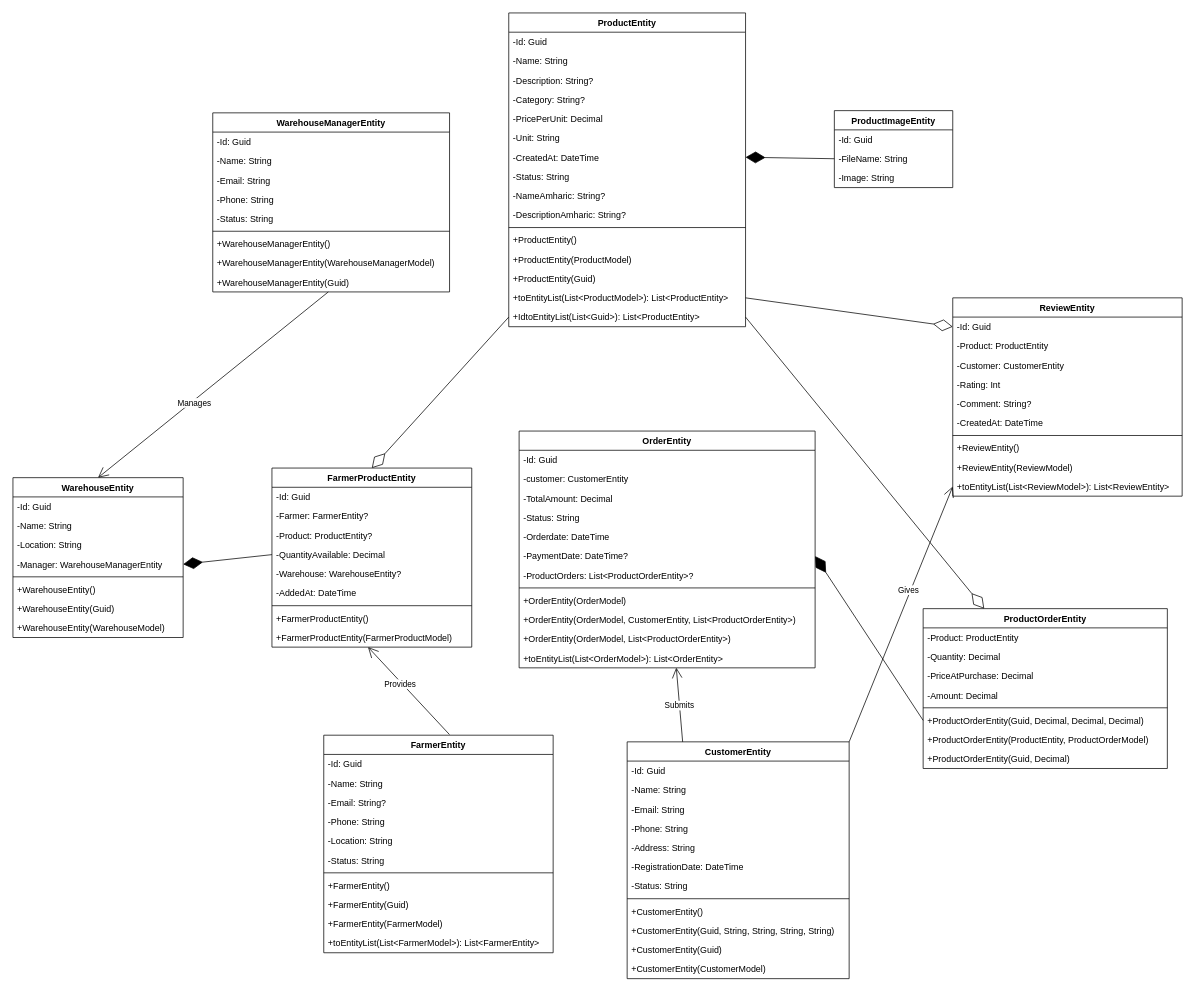
abiyBz/DirectFarm keeps this draw.io diagram as Class Diagram.drawio. Above is the earlier version. Source tidied: cells renumbered, new cells numbered last; positions are measured from the earlier drawing's top-left corner, leaving out a move shared by most shapes. Both pictures are drawn from the tidied source at 74%, with x=0, y=0 at pixel (13, 13).
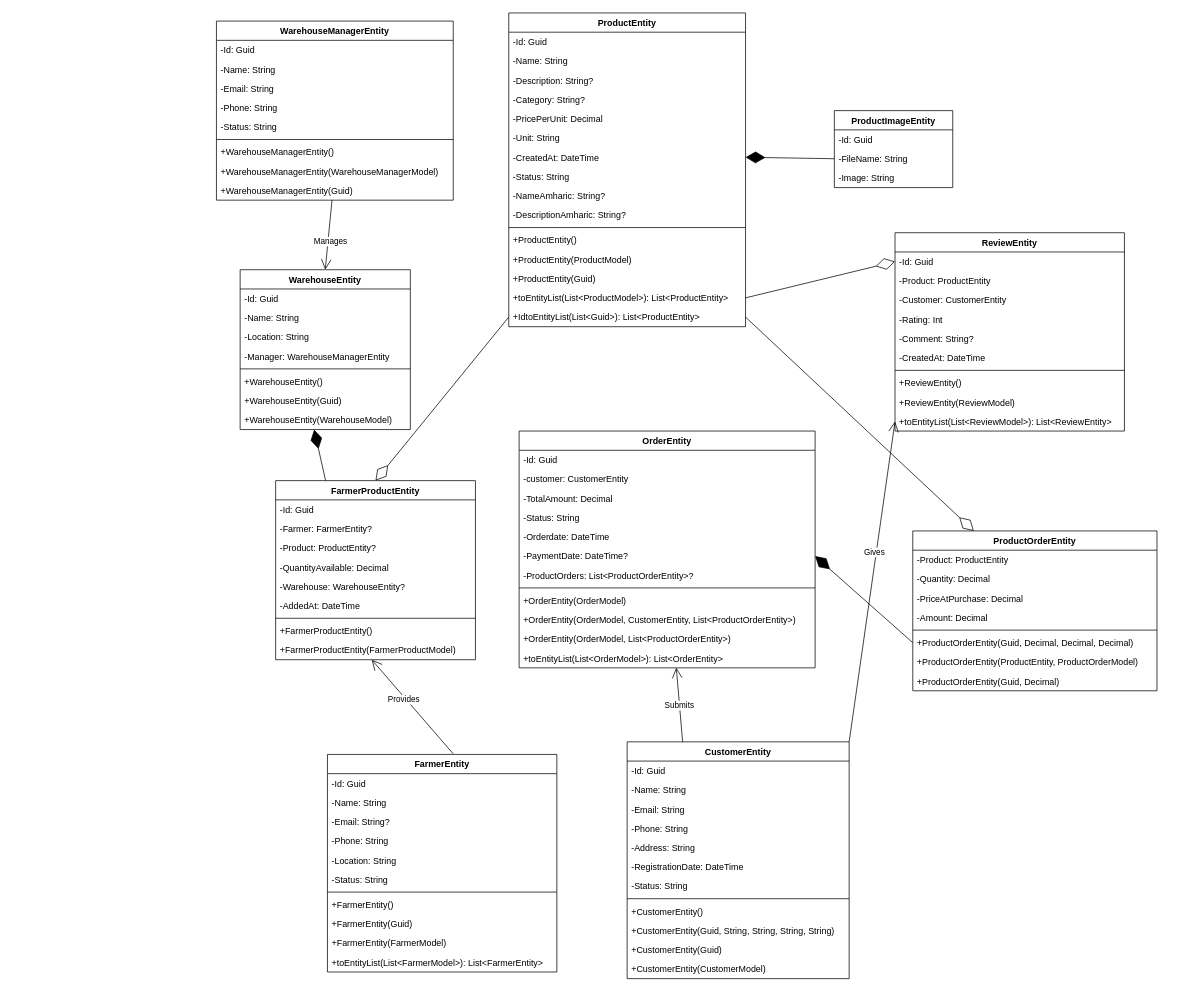
The same page after the edit.

Unchanged cells that the change refers to:
```xml
<mxCell id="31" value="-QuantityAvailable: Decimal" style="text;strokeColor=none;fillColor=none;align=left;verticalAlign=top;spacingLeft=4;spacingRight=4;overflow=hidden;points=[[0,0.5],[1,0.5]];portConstraint=eastwest;" parent="27" vertex="1">
  <mxGeometry y="104" width="270" height="26" as="geometry" />
</mxCell>
<mxCell id="95" value="-Manager: WarehouseManagerEntity" style="text;strokeColor=none;fillColor=none;align=left;verticalAlign=top;spacingLeft=4;spacingRight=4;overflow=hidden;points=[[0,0.5],[1,0.5]];portConstraint=eastwest;" parent="91" vertex="1">
  <mxGeometry y="104" width="230" height="26" as="geometry" />
</mxCell>
<mxCell id="99" value="+WarehouseEntity(WarehouseModel)" style="text;strokeColor=none;fillColor=none;align=left;verticalAlign=top;spacingLeft=4;spacingRight=4;overflow=hidden;points=[[0,0.5],[1,0.5]];portConstraint=eastwest;" parent="91" vertex="1">
  <mxGeometry y="190" width="230" height="26" as="geometry" />
</mxCell>
```

Change to the diagram source:
```diff
@@
     <mxCell id="15" value="FarmerEntity" style="swimlane;fontStyle=1;horizontal=1;startSize=26;" parent="1" vertex="1">
-      <mxGeometry x="420" y="976" width="310" height="294" as="geometry" />
+      <mxGeometry x="425" y="1002" width="310" height="294" as="geometry" />
     </mxCell>
@@
     <mxCell id="27" value="FarmerProductEntity" style="swimlane;fontStyle=1;horizontal=1;startSize=26;" parent="1" vertex="1">
-      <mxGeometry x="350" y="615" width="270" height="242" as="geometry" />
+      <mxGeometry x="355" y="632" width="270" height="242" as="geometry" />
     </mxCell>
@@
     <mxCell id="71" value="ProductOrderEntity" style="swimlane;fontStyle=1;horizontal=1;startSize=26;" parent="1" vertex="1">
-      <mxGeometry x="1230" y="805" width="330" height="216" as="geometry" />
+      <mxGeometry x="1216" y="700" width="330" height="216" as="geometry" />
     </mxCell>
@@
     <mxCell id="80" value="ReviewEntity" style="swimlane;fontStyle=1;horizontal=1;startSize=26;" parent="1" vertex="1">
-      <mxGeometry x="1270" y="385" width="310" height="268" as="geometry" />
+      <mxGeometry x="1192" y="297" width="310" height="268" as="geometry" />
     </mxCell>
@@
     <mxCell id="91" value="WarehouseEntity" style="swimlane;fontStyle=1;horizontal=1;startSize=26;" parent="1" vertex="1">
-      <mxGeometry y="628" width="230" height="216" as="geometry" />
+      <mxGeometry x="307" y="347" width="230" height="216" as="geometry" />
     </mxCell>
@@
     <mxCell id="100" value="WarehouseManagerEntity" style="swimlane;fontStyle=1;horizontal=1;startSize=26;" parent="1" vertex="1">
-      <mxGeometry x="270" y="135" width="320" height="242" as="geometry" />
+      <mxGeometry x="275" y="11" width="320" height="242" as="geometry" />
     </mxCell>
@@
-    <mxCell id="123" style="endArrow=diamondThin;endFill=1;endSize=24;html=1;rounded=0;exitX=0;exitY=0.5;exitDx=0;exitDy=0;entryX=1;entryY=0.5;entryDx=0;entryDy=0;" parent="1" edge="1" source="31" target="95">
+    <mxCell id="123" style="endArrow=diamondThin;endFill=1;endSize=24;html=1;rounded=0;exitX=0.25;exitY=0;exitDx=0;exitDy=0;entryX=0.435;entryY=1;entryDx=0;entryDy=0;entryPerimeter=0;" parent="1" edge="1" source="27" target="99">
       <mxGeometry relative="1" as="geometry" />
     </mxCell>
```
